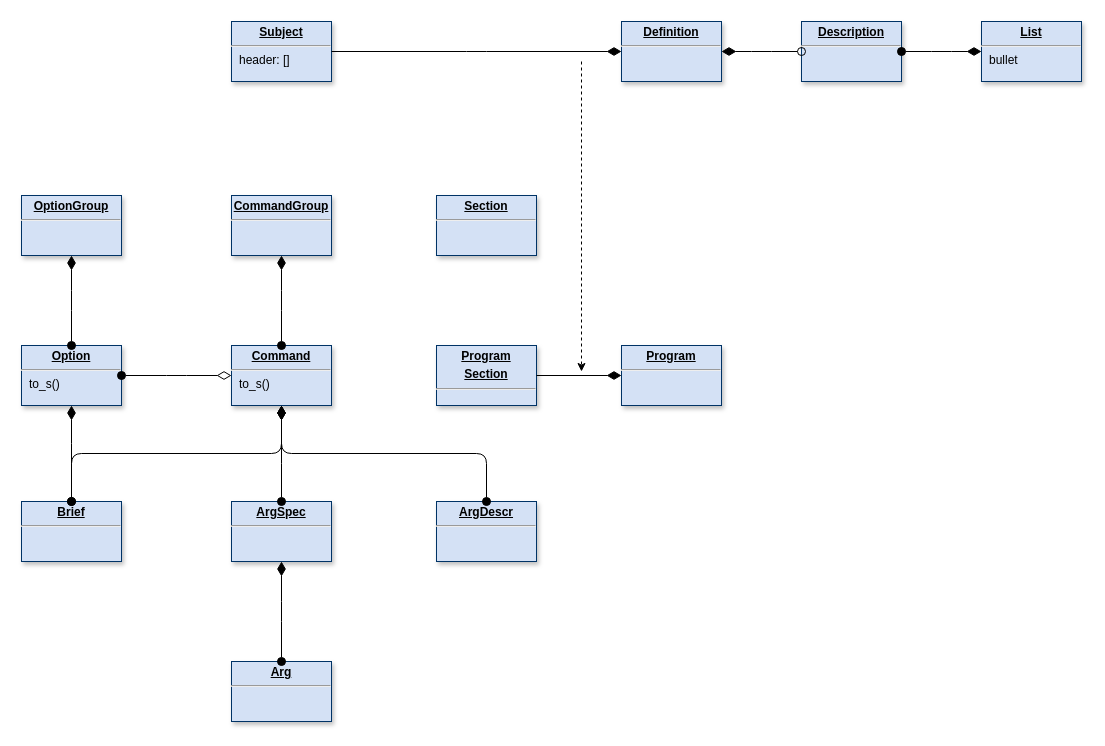
Earlier version of the draw.io diagram page "Page-6" (6 of 6) of doc/diagram.drawio (clrgit/shellopts). Source tidied: cells renumbered, new cells numbered last; positions are measured from the earlier drawing's top-left corner, leaving out a move shared by most shapes. Both pictures are drawn from the tidied source at 100%, with x=0, y=0 at pixel (21, 21).
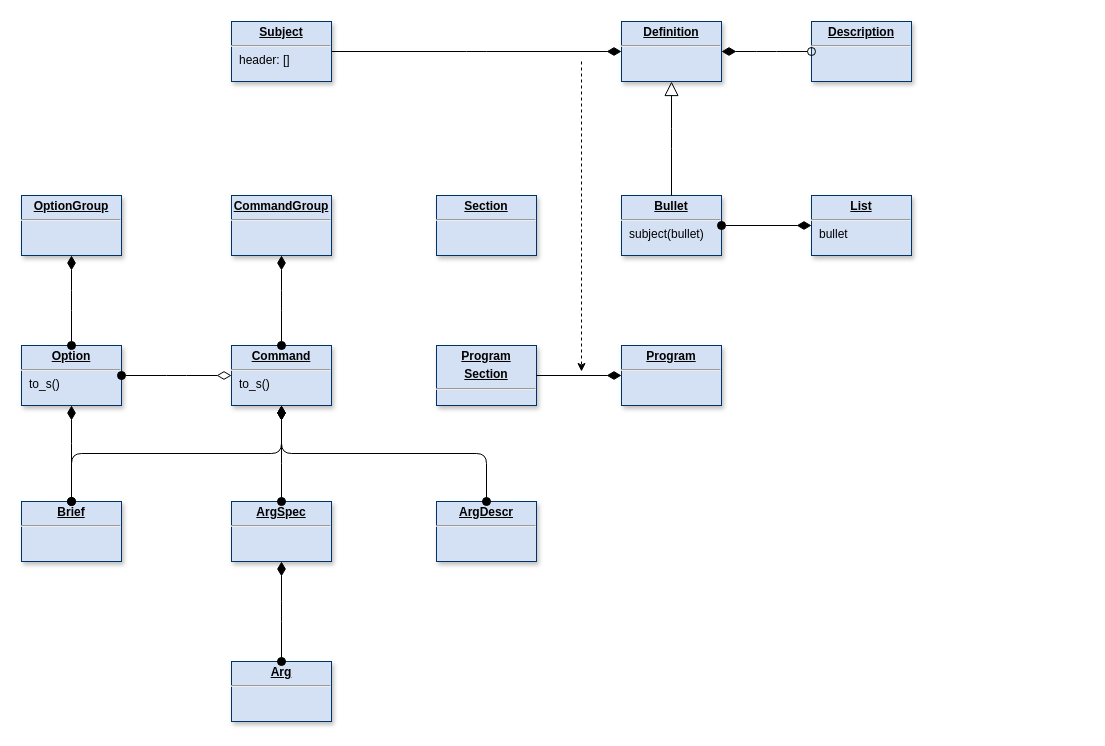
After the change.

The change refers to these unchanged cells:
```xml
<mxCell id="2" value="&lt;p style=&quot;margin: 0px ; margin-top: 4px ; text-align: center ; text-decoration: underline&quot;&gt;&lt;b&gt;Definition&lt;/b&gt;&lt;/p&gt;&lt;hr&gt;&lt;p style=&quot;margin: 0px ; margin-left: 8px&quot;&gt;&lt;br&gt;&lt;/p&gt;" style="verticalAlign=top;align=left;overflow=fill;fontSize=12;fontFamily=Helvetica;html=1;shadow=1;strokeColor=#003366;fillColor=#D4E1F5;" parent="1" vertex="1">
  <mxGeometry x="600" width="100" height="60" as="geometry" />
</mxCell>
```

Diff of the diagram source:
```diff
@@
     <mxCell id="4" value="&lt;p style=&quot;margin: 0px ; margin-top: 4px ; text-align: center ; text-decoration: underline&quot;&gt;&lt;b&gt;Description&lt;/b&gt;&lt;/p&gt;&lt;hr&gt;&lt;p style=&quot;margin: 0px ; margin-left: 8px&quot;&gt;&lt;br&gt;&lt;/p&gt;" style="verticalAlign=top;align=left;overflow=fill;fontSize=12;fontFamily=Helvetica;html=1;shadow=1;strokeColor=#003366;fillColor=#D4E1F5;" parent="1" vertex="1">
-      <mxGeometry x="780" width="100" height="60" as="geometry" />
+      <mxGeometry x="790" width="100" height="60" as="geometry" />
     </mxCell>
@@
     <mxCell id="8" value="&lt;p style=&quot;margin: 0px ; margin-top: 4px ; text-align: center ; text-decoration: underline&quot;&gt;&lt;b&gt;List&lt;/b&gt;&lt;/p&gt;&lt;hr&gt;&lt;p style=&quot;margin: 0px ; margin-left: 8px&quot;&gt;bullet&lt;/p&gt;" style="verticalAlign=top;align=left;overflow=fill;fontSize=12;fontFamily=Helvetica;html=1;shadow=1;strokeColor=#003366;fillColor=#D4E1F5;" parent="1" vertex="1">
-      <mxGeometry x="960" width="100" height="60" as="geometry" />
+      <mxGeometry x="790" y="174" width="100" height="60" as="geometry" />
     </mxCell>
-    <mxCell id="9" style="endArrow=diamondThin;endFill=1;endSize=12;html=1;edgeStyle=elbowEdgeStyle;labelBackgroundColor=#FFFFFF;startSize=8;startArrow=oval;startFill=1;elbow=vertical;" parent="1" edge="1" source="4" target="8">
-      <mxGeometry relative="1" as="geometry" />
-    </mxCell>
@@
+    <mxCell id="30" value="&lt;p style=&quot;margin: 0px ; margin-top: 4px ; text-align: center ; text-decoration: underline&quot;&gt;&lt;b&gt;Bullet&lt;/b&gt;&lt;/p&gt;&lt;hr&gt;&lt;p style=&quot;margin: 0px ; margin-left: 8px&quot;&gt;subject(bullet)&lt;/p&gt;" style="verticalAlign=top;align=left;overflow=fill;fontSize=12;fontFamily=Helvetica;html=1;shadow=1;strokeColor=#003366;fillColor=#D4E1F5;" parent="1" vertex="1">
+      <mxGeometry x="600" y="174" width="100" height="60" as="geometry" />
+    </mxCell>
+    <mxCell id="9" style="endArrow=diamondThin;endFill=1;endSize=12;html=1;edgeStyle=elbowEdgeStyle;labelBackgroundColor=#FFFFFF;startSize=8;startArrow=oval;startFill=1;elbow=vertical;" parent="1" edge="1" source="30" target="8">
+      <mxGeometry relative="1" as="geometry">
+        <Array as="points">
+          <mxPoint x="880" y="210" />
+        </Array>
+      </mxGeometry>
+    </mxCell>
+    <mxCell id="31" style="endArrow=block;endFill=0;endSize=12;html=1;edgeStyle=elbowEdgeStyle;labelBackgroundColor=#FFFFFF;elbow=vertical;" parent="1" edge="1" source="30" target="2">
+      <mxGeometry relative="1" as="geometry" />
+    </mxCell>
```
